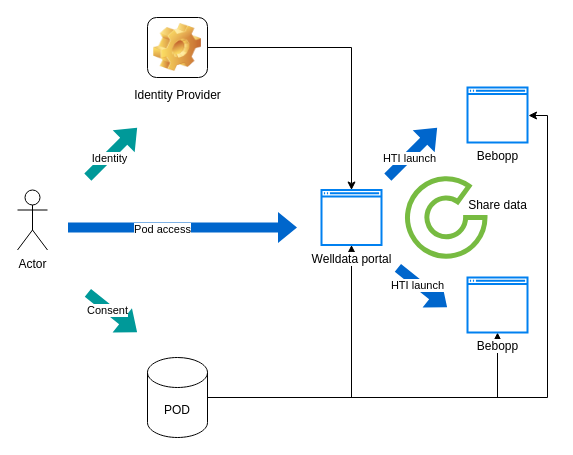
Earlier version of the draw.io diagram input/images-source/Welldata Overview.drawio (GIDSOpenStandaarden/welldata-implementation-guide). Source tidied: cells renumbered, new cells numbered last; positions are measured from the earlier drawing's top-left corner, leaving out a move shared by most shapes. Both pictures are drawn from the tidied source at 100%, with x=0, y=0 at pixel (17, 17).
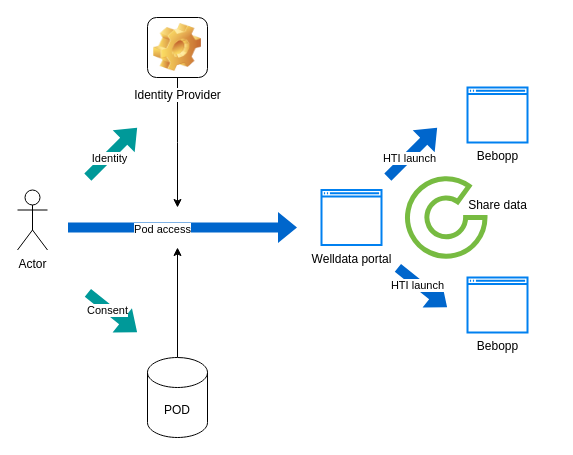
The same diagram, later.

The change refers to these unchanged cells:
```xml
<mxCell id="5" value="POD" style="shape=cylinder3;whiteSpace=wrap;html=1;boundedLbl=1;backgroundOutline=1;size=15;" parent="1" vertex="1">
  <mxGeometry x="130" y="340" width="60" height="80" as="geometry" />
</mxCell>
<mxCell id="6" value="Welldata portal" style="html=1;verticalLabelPosition=bottom;align=center;labelBackgroundColor=#ffffff;verticalAlign=top;strokeWidth=2;strokeColor=#0080F0;shadow=0;dashed=0;shape=mxgraph.ios7.icons.window;" parent="1" vertex="1">
  <mxGeometry x="304" y="172.5" width="60" height="55" as="geometry" />
</mxCell>
<mxCell id="7" value="Bebopp" style="html=1;verticalLabelPosition=bottom;align=center;labelBackgroundColor=#ffffff;verticalAlign=top;strokeWidth=2;strokeColor=#0080F0;shadow=0;dashed=0;shape=mxgraph.ios7.icons.window;" parent="1" vertex="1">
  <mxGeometry x="450" y="70" width="60" height="55" as="geometry" />
</mxCell>
<mxCell id="9" value="Identity Provider" style="icon;html=1;image=img/clipart/Gear_128x128.png;" parent="1" vertex="1">
  <mxGeometry x="130" width="60" height="60" as="geometry" />
</mxCell>
<mxCell id="10" value="Bebopp" style="html=1;verticalLabelPosition=bottom;align=center;labelBackgroundColor=#ffffff;verticalAlign=top;strokeWidth=2;strokeColor=#0080F0;shadow=0;dashed=0;shape=mxgraph.ios7.icons.window;" parent="1" vertex="1">
  <mxGeometry x="450" y="260" width="60" height="55" as="geometry" />
</mxCell>
```

Change to the diagram source:
```diff
@@
-    <mxCell id="3" style="edgeStyle=orthogonalEdgeStyle;rounded=0;jettySize=auto;html=1;" parent="1" edge="1" source="5" target="6">
-      <mxGeometry relative="1" as="geometry" />
-    </mxCell>
-    <mxCell id="4" style="edgeStyle=orthogonalEdgeStyle;rounded=0;jettySize=auto;html=1;" parent="1" edge="1" source="5" target="10">
-      <mxGeometry relative="1" as="geometry" />
-    </mxCell>
+    <mxCell id="24" style="edgeStyle=orthogonalEdgeStyle;rounded=0;jettySize=auto;html=1;" parent="1" edge="1" source="5">
+      <mxGeometry relative="1" as="geometry">
+        <mxPoint x="160" y="230" as="targetPoint" />
+      </mxGeometry>
+    </mxCell>
@@
-    <mxCell id="8" style="edgeStyle=orthogonalEdgeStyle;rounded=0;jettySize=auto;html=1;" parent="1" edge="1" source="9" target="6">
-      <mxGeometry relative="1" as="geometry" />
+    <mxCell id="8" style="edgeStyle=orthogonalEdgeStyle;rounded=0;jettySize=auto;html=1;" parent="1" edge="1" source="9">
+      <mxGeometry relative="1" as="geometry">
+        <mxPoint x="160" y="190" as="targetPoint" />
+      </mxGeometry>
     </mxCell>
@@
-    <mxCell id="21" style="edgeStyle=orthogonalEdgeStyle;rounded=0;jettySize=auto;html=1;entryX=1.017;entryY=0.509;entryDx=0;entryDy=0;entryPerimeter=0;" parent="1" edge="1" source="5" target="7">
-      <mxGeometry relative="1" as="geometry" />
-    </mxCell>
```
